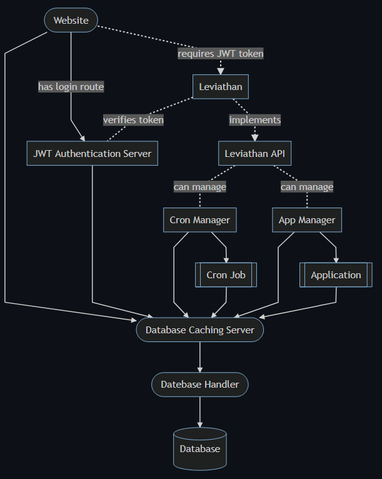
Above: diagrams/domain.png in olivernybo/leviathan (Mermaid), before the change. Its source is kept beside it as diagrams/domain.mmd.
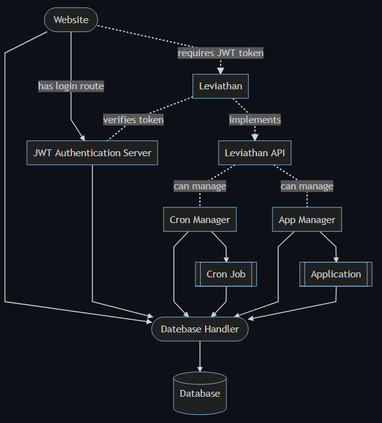
Later version of the same file.

Commit message:
no seperate caching server

What changed in the source:
```diff
@@ -1,7 +1,6 @@
 graph TD
 	db[(Database)]
 	dbh([Datebase Handler])
-	dbcache([Database Caching Server])
 	web([Website])
 	jwt[JWT Authentication Server]
 	leviathan[Leviathan]
@@ -11,19 +10,18 @@
 	appmanager[App Manager]
 	app[[Application]]
 
-	web-->dbcache
+	web-->dbh
 	web-.->|requires JWT token|leviathan
 	web-->|has login route|jwt
 	leviathan-.-|verifies token|jwt
 	leviathan-.->|implements|api
-	jwt-->dbcache
+	jwt-->dbh
 	api-.-|can manage|cronmanager
 	api-.-|can manage|appmanager
-	cronmanager-->dbcache
+	cronmanager-->dbh
 	cronmanager-->cronjob
-	cronjob-->dbcache
-	appmanager-->dbcache
+	cronjob-->dbh
+	appmanager-->dbh
 	appmanager-->app
-	app-->dbcache
-	dbcache-->dbh
+	app-->dbh
 	dbh-->db
```
